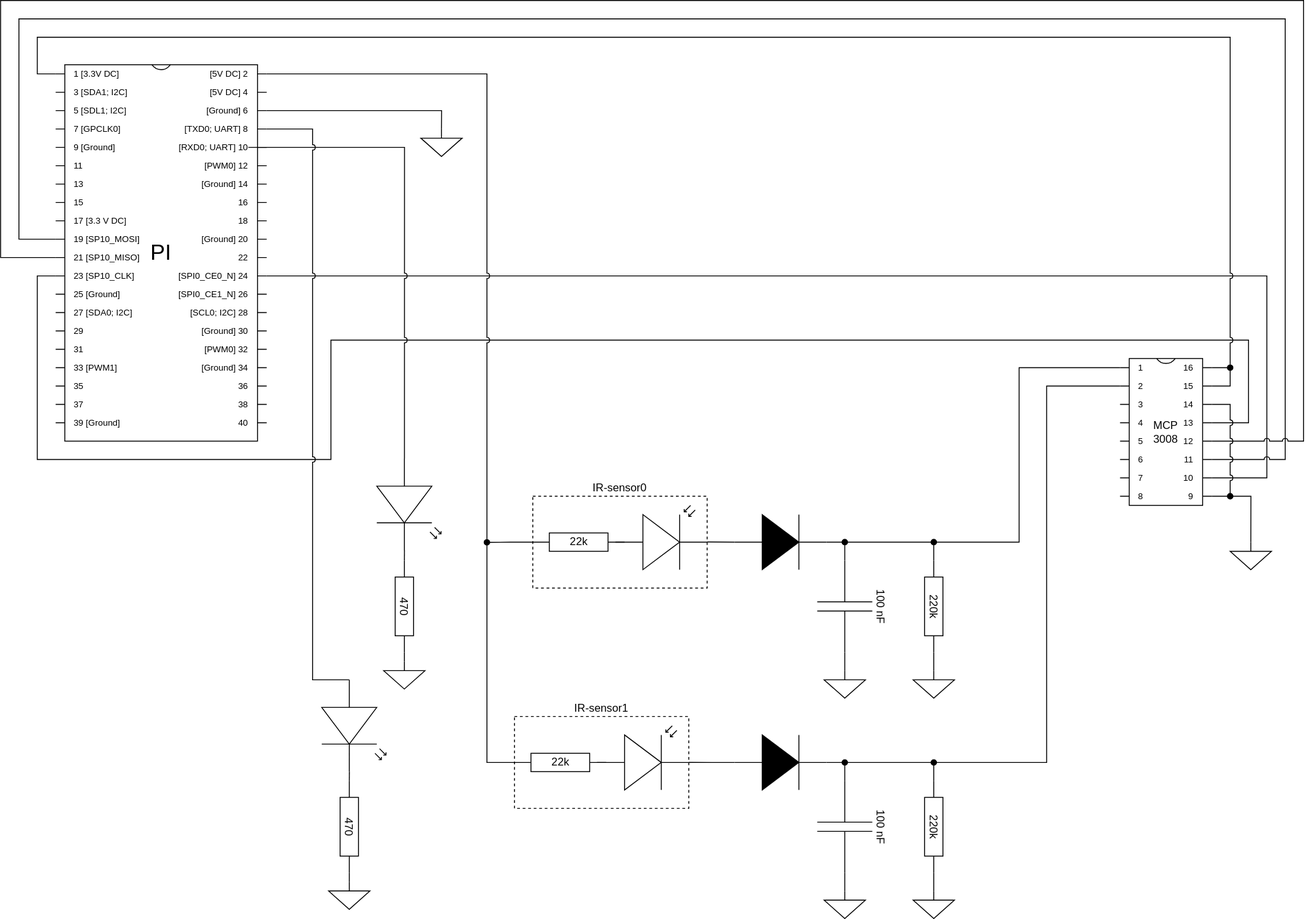
Earlier version of the draw.io export ir_sensor_raspberry_pi_circuit_diagram.svg (olivers1/ir_sensor_visitor_counter). Source tidied: cells renumbered, new cells last; positions are measured from the earlier drawing's top-left corner, leaving out a move shared by most shapes.
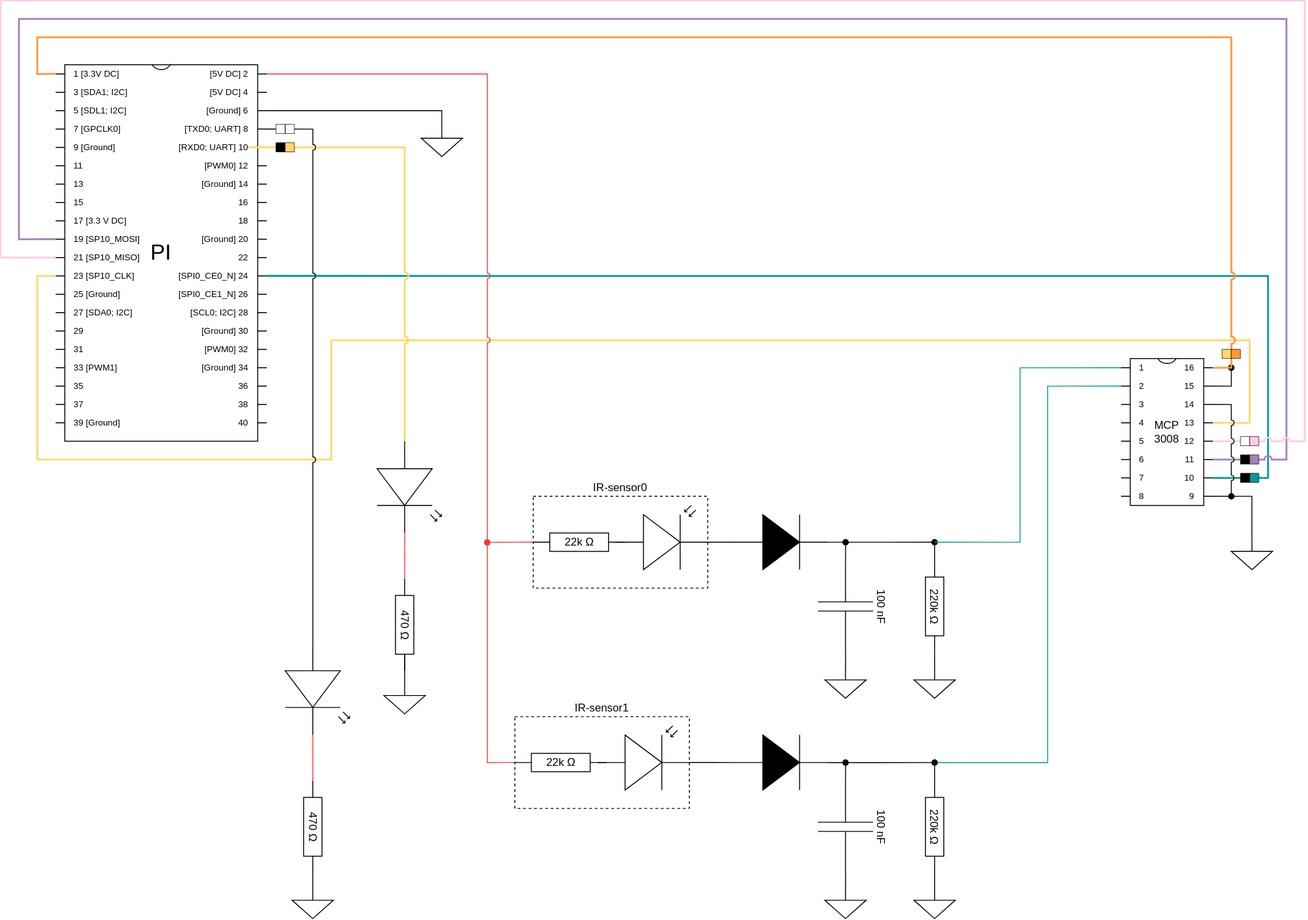
Above is the later version.

Commit message:
coloured connection lines as the colour of real wires

Diff of the diagram source:
```diff
@@ -21,3 +21,3 @@
     </mxCell>
-    <mxCell id="6" value="220k" style="verticalLabelPosition=middle;shadow=0;dashed=0;align=center;html=1;verticalAlign=middle;shape=mxgraph.electrical.resistors.resistor_1;rotation=90;labelPosition=center;rounded=0;" parent="1" vertex="1">
+    <mxCell id="6" value="220k&amp;nbsp;Ω" style="verticalLabelPosition=middle;shadow=0;dashed=0;align=center;html=1;verticalAlign=middle;shape=mxgraph.electrical.resistors.resistor_1;rotation=90;labelPosition=center;rounded=0;" parent="1" vertex="1">
       <mxGeometry x="967" y="650" width="100" height="20" as="geometry" />
@@ -32,3 +32,3 @@
     </mxCell>
-    <mxCell id="9" style="edgeStyle=orthogonalEdgeStyle;rounded=0;jettySize=auto;html=1;exitX=0;exitY=0;exitDx=0;exitDy=10;exitPerimeter=0;endArrow=none;endFill=0;" parent="1" edge="1" source="13">
+    <mxCell id="9" style="edgeStyle=orthogonalEdgeStyle;rounded=0;jettySize=auto;html=1;exitX=0;exitY=0;exitDx=0;exitDy=10;exitPerimeter=0;endArrow=none;endFill=0;strokeColor=#009999;" parent="1" edge="1" source="13">
       <mxGeometry relative="1" as="geometry">
@@ -41,3 +41,3 @@
     </mxCell>
-    <mxCell id="10" style="edgeStyle=orthogonalEdgeStyle;rounded=0;jettySize=auto;html=1;exitX=0;exitY=0;exitDx=0;exitDy=30;exitPerimeter=0;endArrow=none;endFill=0;" parent="1" edge="1" source="13">
+    <mxCell id="10" style="edgeStyle=orthogonalEdgeStyle;rounded=0;jettySize=auto;html=1;exitX=0;exitY=0;exitDx=0;exitDy=30;exitPerimeter=0;endArrow=none;endFill=0;strokeColor=#009999;" parent="1" edge="1" source="13">
       <mxGeometry relative="1" as="geometry">
@@ -66,3 +66,3 @@
     </mxCell>
-    <mxCell id="14" style="edgeStyle=orthogonalEdgeStyle;rounded=0;jettySize=auto;html=1;exitX=1;exitY=0.57;exitDx=0;exitDy=0;exitPerimeter=0;entryX=0;entryY=0.5;entryDx=0;entryDy=0;entryPerimeter=0;endArrow=none;endFill=0;" parent="1" edge="1" source="15" target="50">
+    <mxCell id="14" style="edgeStyle=orthogonalEdgeStyle;rounded=0;jettySize=auto;html=1;exitX=1;exitY=0.57;exitDx=0;exitDy=0;exitPerimeter=0;entryX=0;entryY=0.5;entryDx=0;entryDy=0;entryPerimeter=0;endArrow=none;endFill=0;strokeColor=#FF3333;" parent="1" edge="1" source="15" target="50">
       <mxGeometry relative="1" as="geometry" />
@@ -70,3 +70,3 @@
     <mxCell id="15" style="verticalLabelPosition=bottom;shadow=0;dashed=0;align=center;html=1;verticalAlign=top;shape=mxgraph.electrical.opto_electronics.led_2;rounded=0;direction=south;" parent="1" vertex="1">
-      <mxGeometry x="350" y="740" width="70" height="100" as="geometry" />
+      <mxGeometry x="310" y="700" width="70" height="100" as="geometry" />
     </mxCell>
@@ -81,3 +81,3 @@
     </mxCell>
-    <mxCell id="19" style="edgeStyle=orthogonalEdgeStyle;shape=connector;rounded=0;jettySize=auto;html=1;exitX=1;exitY=0;exitDx=0;exitDy=230;exitPerimeter=0;entryX=1;entryY=0;entryDx=0;entryDy=130;entryPerimeter=0;labelBackgroundColor=default;strokeColor=default;fontFamily=Helvetica;fontSize=11;fontColor=default;endArrow=none;endFill=0;jumpStyle=arc;" parent="1" edge="1" source="23" target="13">
+    <mxCell id="19" style="edgeStyle=orthogonalEdgeStyle;shape=connector;rounded=0;jettySize=auto;html=1;exitX=1;exitY=0;exitDx=0;exitDy=230;exitPerimeter=0;entryX=1;entryY=0;entryDx=0;entryDy=130;entryPerimeter=0;labelBackgroundColor=default;strokeColor=#009999;fontFamily=Helvetica;fontSize=11;fontColor=default;endArrow=none;endFill=0;jumpStyle=arc;fillColor=#b1ddf0;strokeWidth=2;" parent="1" edge="1" source="23" target="13">
       <mxGeometry relative="1" as="geometry">
@@ -89,3 +89,3 @@
     </mxCell>
-    <mxCell id="20" style="edgeStyle=orthogonalEdgeStyle;shape=connector;rounded=0;jettySize=auto;html=1;exitX=0;exitY=0;exitDx=0;exitDy=190;exitPerimeter=0;entryX=1;entryY=0;entryDx=0;entryDy=110;entryPerimeter=0;labelBackgroundColor=default;strokeColor=default;fontFamily=Helvetica;fontSize=11;fontColor=default;endArrow=none;endFill=0;jumpStyle=arc;" parent="1" edge="1" source="23" target="13">
+    <mxCell id="20" style="edgeStyle=orthogonalEdgeStyle;shape=connector;rounded=0;jettySize=auto;html=1;exitX=0;exitY=0;exitDx=0;exitDy=190;exitPerimeter=0;entryX=1;entryY=0;entryDx=0;entryDy=110;entryPerimeter=0;labelBackgroundColor=default;strokeColor=#A680B8;fontFamily=Helvetica;fontSize=11;fontColor=default;endArrow=none;endFill=0;jumpStyle=arc;strokeWidth=2;" parent="1" edge="1" source="23" target="13">
       <mxGeometry relative="1" as="geometry">
@@ -99,3 +99,3 @@
     </mxCell>
-    <mxCell id="21" style="edgeStyle=orthogonalEdgeStyle;shape=connector;rounded=0;jettySize=auto;html=1;exitX=0;exitY=0;exitDx=0;exitDy=210;exitPerimeter=0;entryX=1;entryY=0;entryDx=0;entryDy=90;entryPerimeter=0;labelBackgroundColor=default;strokeColor=default;fontFamily=Helvetica;fontSize=11;fontColor=default;endArrow=none;endFill=0;jumpStyle=arc;" parent="1" edge="1" source="23" target="13">
+    <mxCell id="21" style="edgeStyle=orthogonalEdgeStyle;shape=connector;rounded=0;jettySize=auto;html=1;exitX=0;exitY=0;exitDx=0;exitDy=210;exitPerimeter=0;entryX=1;entryY=0;entryDx=0;entryDy=90;entryPerimeter=0;labelBackgroundColor=default;strokeColor=#FFCCE6;fontFamily=Helvetica;fontSize=11;fontColor=default;endArrow=none;endFill=0;jumpStyle=arc;fillColor=#f8cecc;strokeWidth=2;" parent="1" edge="1" source="23" target="13">
       <mxGeometry relative="1" as="geometry">
@@ -144,3 +144,3 @@
     </mxCell>
-    <mxCell id="30" value="220k" style="verticalLabelPosition=middle;shadow=0;dashed=0;align=center;html=1;verticalAlign=middle;shape=mxgraph.electrical.resistors.resistor_1;rotation=90;labelPosition=center;rounded=0;" parent="1" vertex="1">
+    <mxCell id="30" value="220k&amp;nbsp;Ω" style="verticalLabelPosition=middle;shadow=0;dashed=0;align=center;html=1;verticalAlign=middle;shape=mxgraph.electrical.resistors.resistor_1;rotation=90;labelPosition=center;rounded=0;" parent="1" vertex="1">
       <mxGeometry x="967" y="890" width="100" height="20" as="geometry" />
@@ -181,9 +181,6 @@
     </mxCell>
-    <mxCell id="41" style="edgeStyle=orthogonalEdgeStyle;rounded=0;jettySize=auto;html=1;exitX=0.5;exitY=0;exitDx=0;exitDy=0;exitPerimeter=0;entryX=1;entryY=0.5;entryDx=0;entryDy=0;entryPerimeter=0;endArrow=none;endFill=0;" parent="1" edge="1" source="42" target="50">
-      <mxGeometry relative="1" as="geometry" />
-    </mxCell>
     <mxCell id="42" style="verticalLabelPosition=bottom;shadow=0;dashed=0;align=center;html=1;verticalAlign=top;shape=mxgraph.electrical.signal_sources.signal_ground;rounded=0;" parent="1" vertex="1">
-      <mxGeometry x="357.5" y="960" width="45" height="30" as="geometry" />
+      <mxGeometry x="317.5" y="970" width="45" height="30" as="geometry" />
     </mxCell>
-    <mxCell id="43" style="edgeStyle=orthogonalEdgeStyle;shape=connector;rounded=0;jettySize=auto;html=1;exitX=1;exitY=0;exitDx=0;exitDy=70;exitPerimeter=0;entryX=0;entryY=0;entryDx=0;entryDy=230;entryPerimeter=0;labelBackgroundColor=default;strokeColor=default;fontFamily=Helvetica;fontSize=11;fontColor=default;endArrow=none;endFill=0;jumpStyle=none;" parent="1" edge="1" source="13" target="23">
+    <mxCell id="43" style="edgeStyle=orthogonalEdgeStyle;shape=connector;rounded=0;jettySize=auto;html=1;exitX=1;exitY=0;exitDx=0;exitDy=70;exitPerimeter=0;entryX=0;entryY=0;entryDx=0;entryDy=230;entryPerimeter=0;labelBackgroundColor=default;strokeColor=#FFD966;fontFamily=Helvetica;fontSize=11;fontColor=default;endArrow=none;endFill=0;jumpStyle=none;fillColor=#fff2cc;strokeWidth=2;gradientColor=#ffd966;" parent="1" edge="1" source="13" target="23">
       <mxGeometry relative="1" as="geometry">
@@ -208,3 +205,3 @@
     </mxCell>
-    <mxCell id="45" style="edgeStyle=orthogonalEdgeStyle;shape=connector;rounded=0;jettySize=auto;html=1;exitX=0;exitY=0;exitDx=0;exitDy=10;exitPerimeter=0;entryX=1;entryY=0;entryDx=0;entryDy=10;entryPerimeter=0;labelBackgroundColor=default;strokeColor=default;fontFamily=Helvetica;fontSize=11;fontColor=default;endArrow=none;endFill=0;jumpStyle=arc;" parent="1" edge="1" source="23" target="13">
+    <mxCell id="45" style="edgeStyle=orthogonalEdgeStyle;shape=connector;rounded=0;jettySize=auto;html=1;exitX=0;exitY=0;exitDx=0;exitDy=10;exitPerimeter=0;entryX=1;entryY=0;entryDx=0;entryDy=10;entryPerimeter=0;labelBackgroundColor=default;strokeColor=#FF9933;fontFamily=Helvetica;fontSize=11;fontColor=default;endArrow=none;endFill=0;jumpStyle=arc;strokeWidth=2;" parent="1" edge="1" source="23" target="13">
       <mxGeometry relative="1" as="geometry">
@@ -218,3 +215,3 @@
     </mxCell>
-    <mxCell id="46" style="edgeStyle=orthogonalEdgeStyle;shape=connector;rounded=0;jettySize=auto;html=1;exitX=1;exitY=0;exitDx=0;exitDy=10;exitPerimeter=0;entryX=0;entryY=0.5;entryDx=0;entryDy=0;entryPerimeter=0;labelBackgroundColor=default;strokeColor=default;fontFamily=Helvetica;fontSize=11;fontColor=default;endArrow=none;endFill=0;jumpStyle=arc;" parent="1" edge="1" source="23" target="47">
+    <mxCell id="46" style="edgeStyle=orthogonalEdgeStyle;shape=connector;rounded=0;jettySize=auto;html=1;exitX=1;exitY=0;exitDx=0;exitDy=10;exitPerimeter=0;entryX=0;entryY=0.5;entryDx=0;entryDy=0;entryPerimeter=0;labelBackgroundColor=default;strokeColor=#FF3333;fontFamily=Helvetica;fontSize=11;fontColor=default;endArrow=none;endFill=0;jumpStyle=arc;" parent="1" edge="1" source="23" target="47">
       <mxGeometry relative="1" as="geometry">
@@ -226,6 +223,6 @@
     </mxCell>
-    <mxCell id="47" value="&lt;div style=&quot;text-align: justify;&quot;&gt;&lt;span style=&quot;background-color: initial;&quot;&gt;22k&lt;/span&gt;&lt;/div&gt;" style="verticalLabelPosition=middle;shadow=0;dashed=0;align=center;html=1;verticalAlign=middle;shape=mxgraph.electrical.resistors.resistor_1;labelPosition=center;" parent="1" vertex="1">
+    <mxCell id="47" value="&lt;div style=&quot;text-align: justify;&quot;&gt;&lt;span style=&quot;background-color: initial;&quot;&gt;22k&amp;nbsp;&lt;/span&gt;&lt;span style=&quot;background-color: initial; text-align: center;&quot;&gt;Ω&lt;/span&gt;&lt;/div&gt;" style="verticalLabelPosition=middle;shadow=0;dashed=0;align=center;html=1;verticalAlign=middle;shape=mxgraph.electrical.resistors.resistor_1;labelPosition=center;" parent="1" vertex="1">
       <mxGeometry x="560" y="820" width="100" height="20" as="geometry" />
     </mxCell>
-    <mxCell id="48" style="edgeStyle=orthogonalEdgeStyle;rounded=0;jettySize=auto;html=1;exitX=0;exitY=0.5;exitDx=0;exitDy=0;exitPerimeter=0;endArrow=oval;endFill=1;" parent="1" edge="1" source="49">
+    <mxCell id="48" style="edgeStyle=orthogonalEdgeStyle;rounded=0;jettySize=auto;html=1;exitX=0;exitY=0.5;exitDx=0;exitDy=0;exitPerimeter=0;endArrow=oval;endFill=1;strokeColor=#FF3333;" parent="1" edge="1" source="49">
       <mxGeometry relative="1" as="geometry">
@@ -234,15 +231,13 @@
     </mxCell>
-    <mxCell id="49" value="&lt;div style=&quot;text-align: justify;&quot;&gt;&lt;span style=&quot;background-color: initial;&quot;&gt;22k&lt;/span&gt;&lt;/div&gt;" style="verticalLabelPosition=middle;shadow=0;dashed=0;align=center;html=1;verticalAlign=middle;shape=mxgraph.electrical.resistors.resistor_1;labelPosition=center;" parent="1" vertex="1">
+    <mxCell id="49" value="&lt;div style=&quot;text-align: justify;&quot;&gt;&lt;span style=&quot;background-color: initial;&quot;&gt;22k&amp;nbsp;&lt;/span&gt;&lt;span style=&quot;background-color: initial; text-align: center;&quot;&gt;Ω&lt;/span&gt;&lt;/div&gt;" style="verticalLabelPosition=middle;shadow=0;dashed=0;align=center;html=1;verticalAlign=middle;shape=mxgraph.electrical.resistors.resistor_1;labelPosition=center;" parent="1" vertex="1">
       <mxGeometry x="580" y="580" width="100" height="20" as="geometry" />
     </mxCell>
+    <mxCell id="59" style="edgeStyle=none;rounded=0;jettySize=auto;html=1;endArrow=none;endFill=0;" parent="1" edge="1" source="50" target="42">
+      <mxGeometry relative="1" as="geometry" />
+    </mxCell>
-    <mxCell id="50" value="470&lt;br&gt;" style="verticalLabelPosition=middle;shadow=0;dashed=0;align=center;html=1;verticalAlign=middle;shape=mxgraph.electrical.resistors.resistor_1;rotation=90;labelPosition=center;rounded=0;" parent="1" vertex="1">
-      <mxGeometry x="330" y="890" width="100" height="20" as="geometry" />
+    <mxCell id="50" value="470&amp;nbsp;Ω" style="verticalLabelPosition=middle;shadow=0;dashed=0;align=center;html=1;verticalAlign=middle;shape=mxgraph.electrical.resistors.resistor_1;rotation=90;labelPosition=center;rounded=0;" parent="1" vertex="1">
+      <mxGeometry x="290" y="890" width="100" height="20" as="geometry" />
     </mxCell>
-    <mxCell id="51" style="edgeStyle=orthogonalEdgeStyle;rounded=0;jettySize=auto;html=1;exitX=1;exitY=0.57;exitDx=0;exitDy=0;exitPerimeter=0;entryX=0;entryY=0.5;entryDx=0;entryDy=0;entryPerimeter=0;endArrow=none;endFill=0;" parent="1" edge="1" source="52">
-      <mxGeometry relative="1" as="geometry">
-        <mxPoint x="440" y="610" as="targetPoint" />
-      </mxGeometry>
-    </mxCell>
     <mxCell id="52" style="verticalLabelPosition=bottom;shadow=0;dashed=0;align=center;html=1;verticalAlign=top;shape=mxgraph.electrical.opto_electronics.led_2;rounded=0;direction=south;" parent="1" vertex="1">
-      <mxGeometry x="410" y="499" width="70" height="100" as="geometry" />
+      <mxGeometry x="410" y="480" width="70" height="100" as="geometry" />
     </mxCell>
@@ -254,8 +249,8 @@
     <mxCell id="54" style="verticalLabelPosition=bottom;shadow=0;dashed=0;align=center;html=1;verticalAlign=top;shape=mxgraph.electrical.signal_sources.signal_ground;rounded=0;" parent="1" vertex="1">
-      <mxGeometry x="417.5" y="720" width="45" height="30" as="geometry" />
+      <mxGeometry x="417.5" y="747" width="45" height="30" as="geometry" />
     </mxCell>
-    <mxCell id="55" value="470&lt;br&gt;" style="verticalLabelPosition=middle;shadow=0;dashed=0;align=center;html=1;verticalAlign=middle;shape=mxgraph.electrical.resistors.resistor_1;rotation=90;labelPosition=center;rounded=0;" parent="1" vertex="1">
-      <mxGeometry x="390" y="650" width="100" height="20" as="geometry" />
+    <mxCell id="55" value="470 Ω" style="verticalLabelPosition=middle;shadow=0;dashed=0;align=center;html=1;verticalAlign=middle;shape=mxgraph.electrical.resistors.resistor_1;rotation=90;labelPosition=center;rounded=0;" parent="1" vertex="1">
+      <mxGeometry x="390" y="670" width="100" height="20" as="geometry" />
     </mxCell>
-    <mxCell id="56" style="edgeStyle=orthogonalEdgeStyle;rounded=0;jettySize=auto;html=1;exitX=1;exitY=0;exitDx=0;exitDy=90;exitPerimeter=0;entryX=0;entryY=0.57;entryDx=0;entryDy=0;entryPerimeter=0;endArrow=none;endFill=0;jumpStyle=arc;" parent="1" edge="1" target="52">
+    <mxCell id="56" style="edgeStyle=orthogonalEdgeStyle;rounded=0;jettySize=auto;html=1;exitX=1;exitY=0;exitDx=0;exitDy=90;exitPerimeter=0;entryX=0;entryY=0.57;entryDx=0;entryDy=0;entryPerimeter=0;endArrow=none;endFill=0;jumpStyle=arc;strokeColor=#FFD966;strokeWidth=2;" parent="1" edge="1" target="52">
       <mxGeometry relative="1" as="geometry">
@@ -267,6 +262,5 @@
     </mxCell>
-    <mxCell id="57" style="edgeStyle=orthogonalEdgeStyle;rounded=0;jettySize=auto;html=1;exitX=0;exitY=0.57;exitDx=0;exitDy=0;exitPerimeter=0;entryX=1;entryY=0;entryDx=0;entryDy=70;entryPerimeter=0;endArrow=none;endFill=0;jumpStyle=arc;" parent="1" edge="1" source="15" target="23">
+    <mxCell id="57" style="edgeStyle=orthogonalEdgeStyle;rounded=0;jettySize=auto;html=1;entryX=1;entryY=0;entryDx=0;entryDy=70;entryPerimeter=0;endArrow=none;endFill=0;jumpStyle=arc;" parent="1" edge="1" source="15" target="23">
       <mxGeometry relative="1" as="geometry">
         <Array as="points">
-          <mxPoint x="340" y="740" />
           <mxPoint x="340" y="140" />
@@ -278,2 +272,53 @@
     </mxCell>
+    <mxCell id="60" style="group;" parent="1" vertex="1">
+      <mxGeometry x="1350" y="475" width="20" height="10" as="geometry" />
+    </mxCell>
+    <mxCell id="61" style="rounded=0;whiteSpace=wrap;html=1;strokeWidth=0.5;" parent="60" vertex="1">
+      <mxGeometry width="10" height="10" as="geometry" />
+    </mxCell>
+    <mxCell id="62" style="rounded=0;whiteSpace=wrap;html=1;strokeWidth=0.5;fillColor=#FFCCE6;" parent="60" vertex="1">
+      <mxGeometry x="10" width="10" height="10" as="geometry" />
+    </mxCell>
+    <mxCell id="63" style="group;rotation=-180;strokeWidth=1;" parent="1" vertex="1">
+      <mxGeometry x="1350" y="515" width="20" height="10" as="geometry" />
+    </mxCell>
+    <mxCell id="64" style="rounded=0;whiteSpace=wrap;html=1;strokeWidth=0.5;rotation=-180;fillColor=#009999;" parent="63" vertex="1">
+      <mxGeometry x="10" width="10" height="10" as="geometry" />
+    </mxCell>
+    <mxCell id="65" style="rounded=0;whiteSpace=wrap;html=1;strokeWidth=0.5;fillColor=#000000;rotation=-180;" parent="63" vertex="1">
+      <mxGeometry width="10" height="10" as="geometry" />
+    </mxCell>
+    <mxCell id="66" style="shape=process;whiteSpace=wrap;html=1;backgroundOutline=1;size=0.5;strokeWidth=0.5;" parent="1" vertex="1">
+      <mxGeometry x="300" y="135" width="20" height="10" as="geometry" />
+    </mxCell>
+    <mxCell id="67" style="group;" parent="1" vertex="1">
+      <mxGeometry x="1350" y="495" width="20" height="10" as="geometry" />
+    </mxCell>
+    <mxCell id="68" style="rounded=0;whiteSpace=wrap;html=1;strokeWidth=0.5;fillColor=#000000;" parent="67" vertex="1">
+      <mxGeometry width="10" height="10" as="geometry" />
+    </mxCell>
+    <mxCell id="69" style="rounded=0;whiteSpace=wrap;html=1;strokeWidth=0.5;fillColor=#A680B8;" parent="67" vertex="1">
+      <mxGeometry x="10" width="10" height="10" as="geometry" />
+    </mxCell>
+    <mxCell id="70" style="group;" parent="1" vertex="1">
+      <mxGeometry x="300" y="155" width="20" height="10" as="geometry" />
+    </mxCell>
+    <mxCell id="71" style="rounded=0;whiteSpace=wrap;html=1;strokeWidth=0.5;fillColor=#000000;" parent="70" vertex="1">
+      <mxGeometry width="10" height="10" as="geometry" />
+    </mxCell>
+    <mxCell id="72" style="rounded=0;whiteSpace=wrap;html=1;strokeWidth=0.5;fillColor=#FFD966;" parent="70" vertex="1">
+      <mxGeometry x="10" width="10" height="10" as="geometry" />
+    </mxCell>
+    <mxCell id="73" style="group;" parent="1" vertex="1">
+      <mxGeometry x="1330" y="380" width="20" height="10" as="geometry" />
+    </mxCell>
+    <mxCell id="74" style="rounded=0;whiteSpace=wrap;html=1;strokeWidth=0.5;fillColor=#FFD966;" parent="73" vertex="1">
+      <mxGeometry width="10" height="10" as="geometry" />
+    </mxCell>
+    <mxCell id="75" style="rounded=0;whiteSpace=wrap;html=1;strokeWidth=0.5;fillColor=#FF9933;" parent="73" vertex="1">
+      <mxGeometry x="10" width="10" height="10" as="geometry" />
+    </mxCell>
+    <mxCell id="76" style="edgeStyle=none;rounded=0;jettySize=auto;html=1;exitX=1;exitY=0.57;exitDx=0;exitDy=0;exitPerimeter=0;entryX=0;entryY=0.5;entryDx=0;entryDy=0;entryPerimeter=0;endArrow=none;endFill=0;strokeColor=#FF3333;" parent="1" edge="1" source="52" target="55">
+      <mxGeometry relative="1" as="geometry" />
+    </mxCell>
   </root>
```
